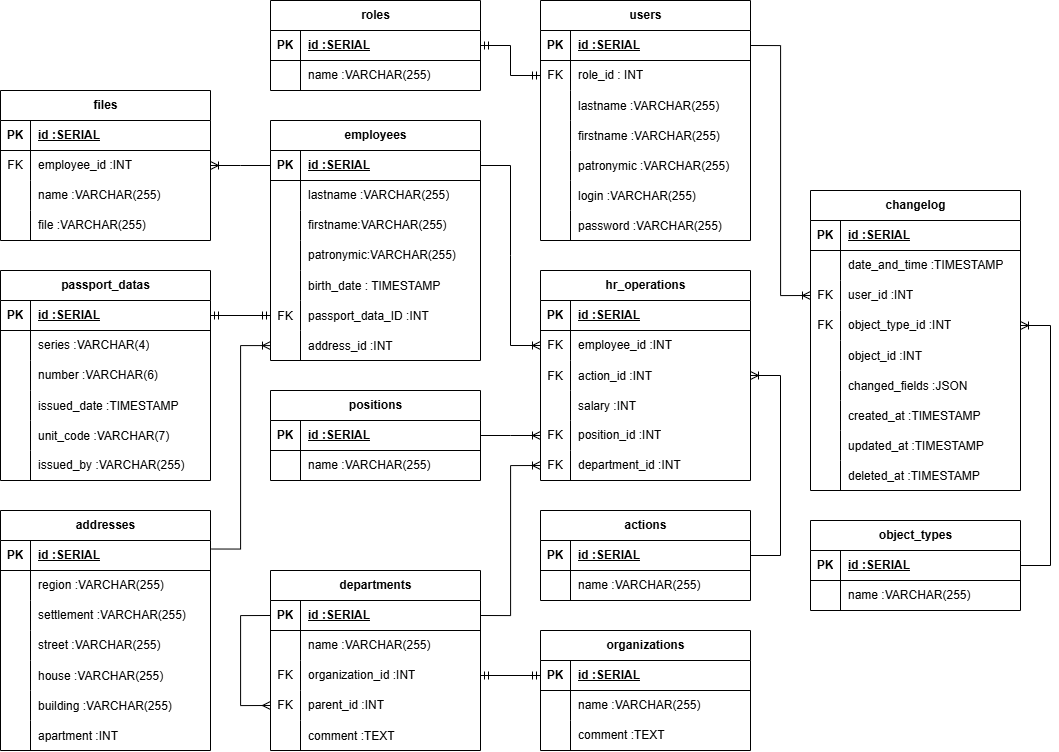
This is docs/hr-test.png from oshihihiteo/areal-hr_ext-test, a draw.io export, as it was before one commit. Source tidied: cells renumbered, new cells last; positions are measured from the earlier drawing's top-left corner, leaving out a move shared by most shapes.
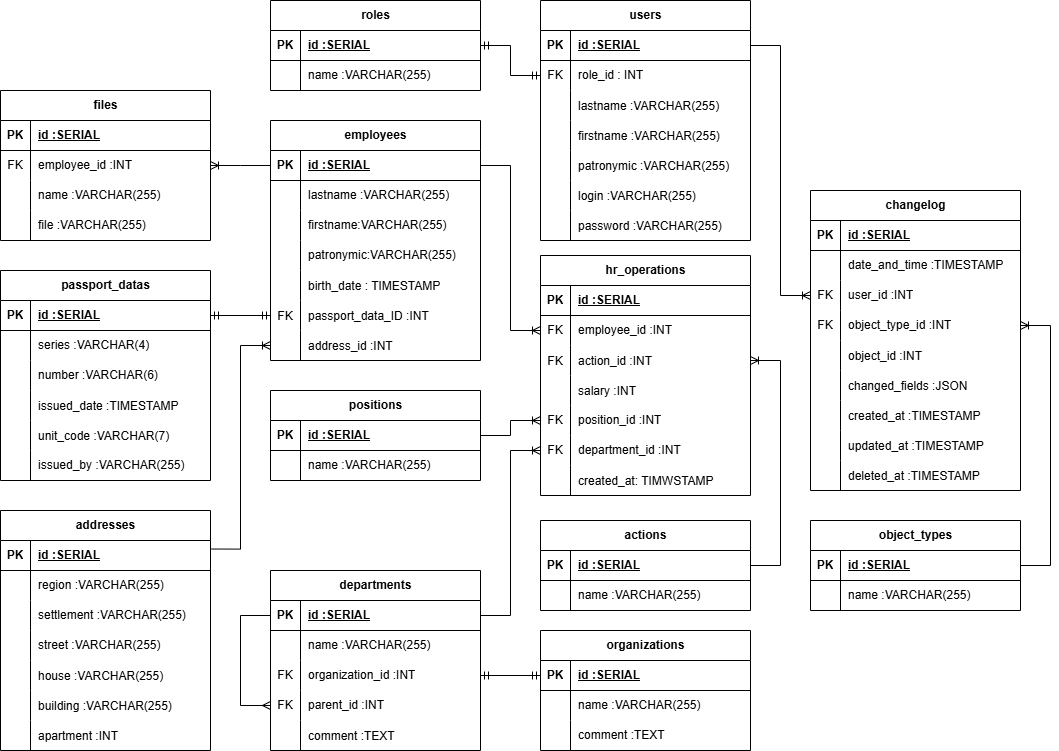
After the commit.

What changed in the source:
```diff
@@ -215,7 +215,7 @@
       <mxGeometry x="30" width="180" height="30" as="geometry" />
     </mxCell>
     <mxCell id="71" value="hr_operations" style="shape=table;startSize=30;rowLines=0;fontStyle=1;align=center;html=1;" parent="1" vertex="1">
-      <mxGeometry x="540" y="270" width="210" height="210" as="geometry" />
+      <mxGeometry x="540" y="255" width="210" height="240" as="geometry" />
     </mxCell>
     <mxCell id="72" style="shape=tableRow;horizontal=0;startSize=0;swimlaneHead=0;swimlaneBody=0;fillColor=none;top=0;left=0;right=0;bottom=1;" parent="71" vertex="1">
       <mxGeometry y="30" width="210" height="30" as="geometry" />
@@ -271,6 +271,15 @@
     <mxCell id="89" value="department_id :INT" style="shape=partialRectangle;fillColor=none;top=0;left=0;bottom=0;right=0;align=left;spacingLeft=6;overflow=hidden;whiteSpace=wrap;html=1;" parent="87" vertex="1">
       <mxGeometry x="30" width="180" height="30" as="geometry" />
     </mxCell>
+    <mxCell id="213" style="shape=tableRow;horizontal=0;startSize=0;swimlaneHead=0;swimlaneBody=0;fillColor=none;top=0;left=0;right=0;bottom=0;" parent="71" vertex="1">
+      <mxGeometry y="210" width="210" height="30" as="geometry" />
+    </mxCell>
+    <mxCell id="214" style="shape=partialRectangle;fillColor=none;top=0;left=0;bottom=0;right=0;overflow=hidden;" parent="213" vertex="1">
+      <mxGeometry width="30" height="30" as="geometry" />
+    </mxCell>
+    <mxCell id="215" value="created_at: TIMWSTAMP" style="shape=partialRectangle;fillColor=none;top=0;left=0;bottom=0;right=0;align=left;spacingLeft=6;overflow=hidden;" parent="213" vertex="1">
+      <mxGeometry x="30" width="180" height="30" as="geometry" />
+    </mxCell>
     <mxCell id="90" value="changelog" style="shape=table;startSize=30;rowLines=0;fontStyle=1;align=center;html=1;" parent="1" vertex="1">
       <mxGeometry x="810" y="190" width="210" height="300" as="geometry" />
     </mxCell>
@@ -463,7 +472,7 @@
       <mxGeometry relative="1" as="geometry" />
     </mxCell>
     <mxCell id="152" value="actions" style="shape=table;startSize=30;rowLines=0;fontStyle=1;align=center;html=1;" parent="1" vertex="1">
-      <mxGeometry x="540" y="510" width="210" height="90" as="geometry" />
+      <mxGeometry x="540" y="520" width="210" height="90" as="geometry" />
     </mxCell>
     <mxCell id="153" style="shape=tableRow;horizontal=0;startSize=0;swimlaneHead=0;swimlaneBody=0;fillColor=none;points=[[0,0.5],[1,0.5]];portConstraint=eastwest;top=0;left=0;right=0;bottom=1;" parent="152" vertex="1">
       <mxGeometry y="30" width="210" height="30" as="geometry" />
```
